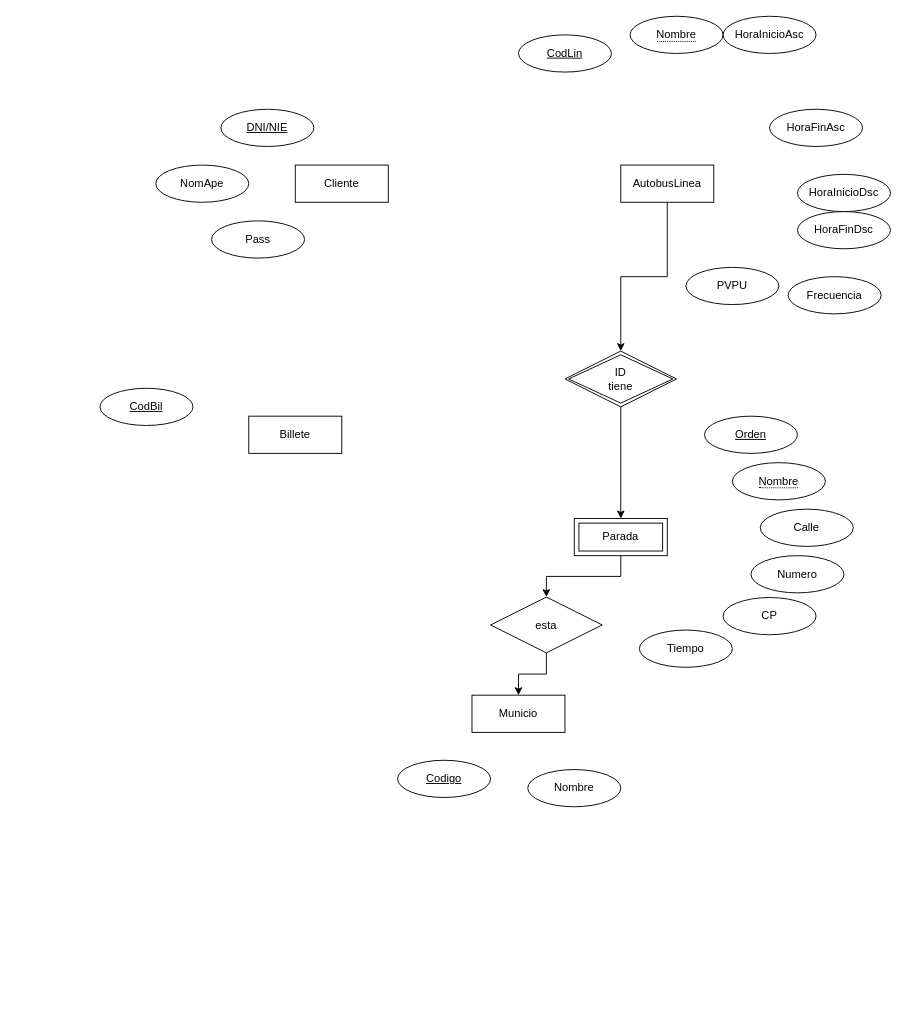
This is Documentacion/diagramaBD.drawio from PetaldoiPorramador/ErronkaBus, a draw.io file, before an edit. Source tidied: cells renumbered, new cells numbered last; positions are measured from the earlier drawing's top-left corner, leaving out a move shared by most shapes. Both pictures are drawn from the tidied source at 93%, with x=0, y=0 at pixel (100, 16).
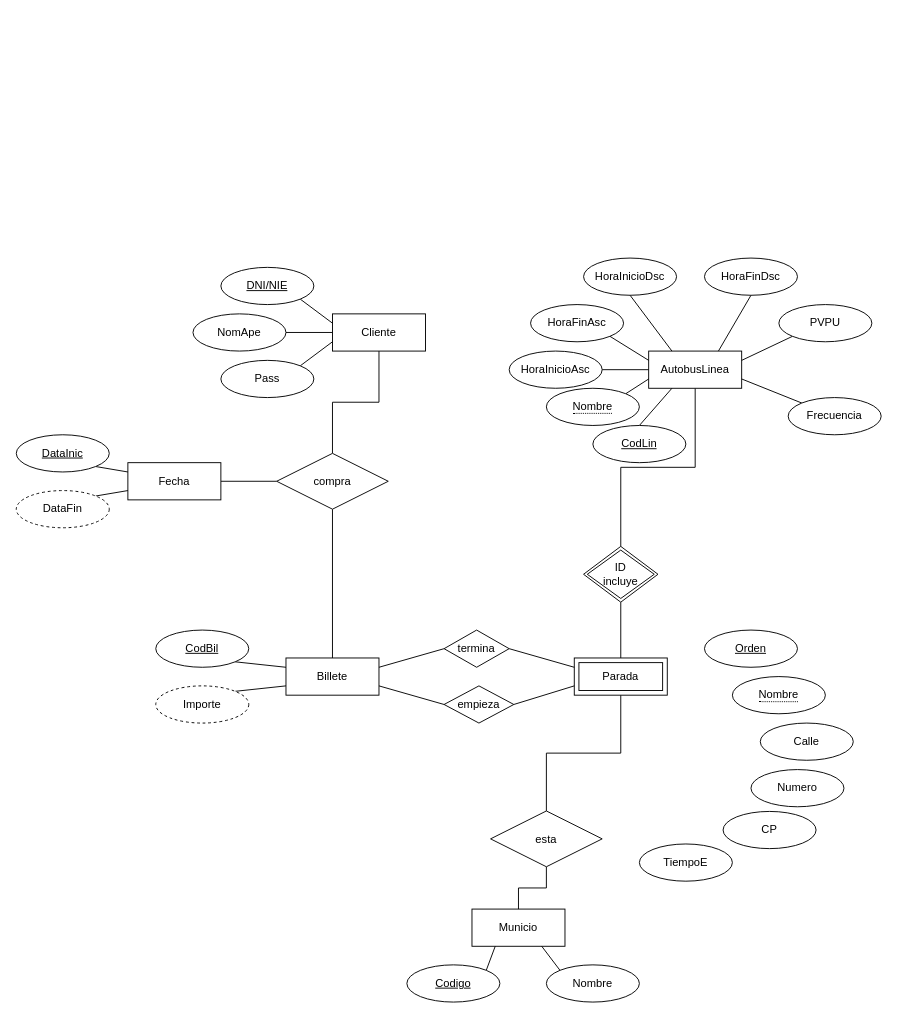
The same page after the edit.

What changed in the source:
```diff
@@
+    <mxCell id="33" style="edgeStyle=orthogonalEdgeStyle;rounded=0;jettySize=auto;html=1;exitX=0.5;exitY=1;exitDx=0;exitDy=0;entryX=0.5;entryY=0;entryDx=0;entryDy=0;endArrow=none;endFill=0;" parent="1" edge="1" source="2" target="49">
+      <mxGeometry relative="1" as="geometry" />
+    </mxCell>
+    <mxCell id="34" style="edgeStyle=none;rounded=0;jettySize=auto;html=1;exitX=0;exitY=0.5;exitDx=0;exitDy=0;entryX=1;entryY=0.5;entryDx=0;entryDy=0;endArrow=none;endFill=0;" parent="1" edge="1" source="2" target="3">
+      <mxGeometry relative="1" as="geometry" />
+    </mxCell>
     <mxCell id="2" value="Cliente" style="whiteSpace=wrap;html=1;align=center;" parent="1" vertex="1">
-      <mxGeometry x="210" y="160" width="100" height="40" as="geometry" />
+      <mxGeometry x="250" y="320" width="100" height="40" as="geometry" />
     </mxCell>
     <mxCell id="3" value="NomApe" style="ellipse;whiteSpace=wrap;html=1;align=center;" parent="1" vertex="1">
-      <mxGeometry x="60" y="160" width="100" height="40" as="geometry" />
+      <mxGeometry x="100" y="320" width="100" height="40" as="geometry" />
     </mxCell>
+    <mxCell id="35" style="edgeStyle=none;rounded=0;jettySize=auto;html=1;exitX=1;exitY=1;exitDx=0;exitDy=0;entryX=0;entryY=0.25;entryDx=0;entryDy=0;endArrow=none;endFill=0;" parent="1" edge="1" source="4" target="2">
+      <mxGeometry relative="1" as="geometry" />
+    </mxCell>
     <mxCell id="4" value="DNI/NIE" style="ellipse;whiteSpace=wrap;html=1;align=center;fontStyle=4;" parent="1" vertex="1">
-      <mxGeometry x="130" y="100" width="100" height="40" as="geometry" />
+      <mxGeometry x="130" y="270" width="100" height="40" as="geometry" />
     </mxCell>
+    <mxCell id="36" style="edgeStyle=none;rounded=0;jettySize=auto;html=1;exitX=1;exitY=0;exitDx=0;exitDy=0;entryX=0;entryY=0.75;entryDx=0;entryDy=0;endArrow=none;endFill=0;" parent="1" edge="1" source="5" target="2">
+      <mxGeometry relative="1" as="geometry" />
+    </mxCell>
     <mxCell id="5" value="Pass" style="ellipse;whiteSpace=wrap;html=1;align=center;" parent="1" vertex="1">
-      <mxGeometry x="120" y="220" width="100" height="40" as="geometry" />
+      <mxGeometry x="130" y="370" width="100" height="40" as="geometry" />
     </mxCell>
-    <mxCell id="6" style="edgeStyle=orthogonalEdgeStyle;rounded=0;jettySize=auto;html=1;exitX=0.5;exitY=1;exitDx=0;exitDy=0;entryX=0.5;entryY=0;entryDx=0;entryDy=0;" parent="1" edge="1" source="7" target="26">
+    <mxCell id="6" style="edgeStyle=orthogonalEdgeStyle;rounded=0;jettySize=auto;html=1;exitX=0.5;exitY=1;exitDx=0;exitDy=0;entryX=0.5;entryY=0;entryDx=0;entryDy=0;endArrow=none;endFill=0;" parent="1" edge="1" source="7" target="26">
       <mxGeometry relative="1" as="geometry" />
     </mxCell>
     <mxCell id="7" value="AutobusLinea" style="whiteSpace=wrap;html=1;align=center;" parent="1" vertex="1">
-      <mxGeometry x="560" y="160" width="100" height="40" as="geometry" />
+      <mxGeometry x="590" y="360" width="100" height="40" as="geometry" />
     </mxCell>
+    <mxCell id="37" style="edgeStyle=none;rounded=0;jettySize=auto;html=1;exitX=0.5;exitY=0;exitDx=0;exitDy=0;entryX=0.25;entryY=1;entryDx=0;entryDy=0;endArrow=none;endFill=0;" parent="1" edge="1" source="8" target="7">
+      <mxGeometry relative="1" as="geometry" />
+    </mxCell>
     <mxCell id="8" value="CodLin" style="ellipse;whiteSpace=wrap;html=1;align=center;fontStyle=4;" parent="1" vertex="1">
-      <mxGeometry x="450" y="20" width="100" height="40" as="geometry" />
+      <mxGeometry x="530" y="440" width="100" height="40" as="geometry" />
     </mxCell>
+    <mxCell id="38" style="edgeStyle=none;rounded=0;jettySize=auto;html=1;exitX=1;exitY=0;exitDx=0;exitDy=0;entryX=0;entryY=0.75;entryDx=0;entryDy=0;endArrow=none;endFill=0;" parent="1" edge="1" source="9" target="7">
+      <mxGeometry relative="1" as="geometry" />
+    </mxCell>
     <mxCell id="9" value="&lt;span style=&quot;border-bottom: 1px dotted&quot;&gt;Nombre&lt;/span&gt;" style="ellipse;whiteSpace=wrap;html=1;align=center;" parent="1" vertex="1">
-      <mxGeometry x="570" width="100" height="40" as="geometry" />
+      <mxGeometry x="480" y="400" width="100" height="40" as="geometry" />
     </mxCell>
-    <mxCell id="10" style="edgeStyle=orthogonalEdgeStyle;rounded=0;jettySize=auto;html=1;exitX=0.5;exitY=1;exitDx=0;exitDy=0;entryX=0.5;entryY=0;entryDx=0;entryDy=0;" parent="1" edge="1" source="11" target="28">
+    <mxCell id="10" style="edgeStyle=orthogonalEdgeStyle;rounded=0;jettySize=auto;html=1;exitX=0.5;exitY=1;exitDx=0;exitDy=0;entryX=0.5;entryY=0;entryDx=0;entryDy=0;endArrow=none;endFill=0;" parent="1" edge="1" source="11" target="28">
       <mxGeometry relative="1" as="geometry" />
     </mxCell>
     <mxCell id="11" value="Parada" style="shape=ext;margin=3;double=1;whiteSpace=wrap;html=1;align=center;" parent="1" vertex="1">
-      <mxGeometry x="510" y="540" width="100" height="40" as="geometry" />
+      <mxGeometry x="510" y="690" width="100" height="40" as="geometry" />
     </mxCell>
+    <mxCell id="39" style="edgeStyle=none;rounded=0;jettySize=auto;html=1;exitX=1;exitY=0.5;exitDx=0;exitDy=0;entryX=0;entryY=0.5;entryDx=0;entryDy=0;endArrow=none;endFill=0;" parent="1" edge="1" source="12" target="7">
+      <mxGeometry relative="1" as="geometry" />
+    </mxCell>
     <mxCell id="12" value="HoraInicioAsc" style="ellipse;whiteSpace=wrap;html=1;align=center;" parent="1" vertex="1">
-      <mxGeometry x="670" width="100" height="40" as="geometry" />
+      <mxGeometry x="440" y="360" width="100" height="40" as="geometry" />
     </mxCell>
+    <mxCell id="40" style="edgeStyle=none;rounded=0;jettySize=auto;html=1;exitX=1;exitY=1;exitDx=0;exitDy=0;entryX=0;entryY=0.25;entryDx=0;entryDy=0;endArrow=none;endFill=0;" parent="1" edge="1" source="13" target="7">
+      <mxGeometry relative="1" as="geometry" />
+    </mxCell>
     <mxCell id="13" value="HoraFinAsc" style="ellipse;whiteSpace=wrap;html=1;align=center;" parent="1" vertex="1">
-      <mxGeometry x="720" y="100" width="100" height="40" as="geometry" />
+      <mxGeometry x="463" y="310" width="100" height="40" as="geometry" />
     </mxCell>
+    <mxCell id="41" style="edgeStyle=none;rounded=0;jettySize=auto;html=1;exitX=0.5;exitY=1;exitDx=0;exitDy=0;entryX=0.25;entryY=0;entryDx=0;entryDy=0;endArrow=none;endFill=0;" parent="1" edge="1" source="14" target="7">
+      <mxGeometry relative="1" as="geometry" />
+    </mxCell>
     <mxCell id="14" value="HoraInicioDsc" style="ellipse;whiteSpace=wrap;html=1;align=center;" parent="1" vertex="1">
-      <mxGeometry x="750" y="170" width="100" height="40" as="geometry" />
+      <mxGeometry x="520" y="260" width="100" height="40" as="geometry" />
     </mxCell>
+    <mxCell id="42" style="edgeStyle=none;rounded=0;jettySize=auto;html=1;exitX=0.5;exitY=1;exitDx=0;exitDy=0;entryX=0.75;entryY=0;entryDx=0;entryDy=0;endArrow=none;endFill=0;" parent="1" edge="1" source="15" target="7">
+      <mxGeometry relative="1" as="geometry" />
+    </mxCell>
     <mxCell id="15" value="HoraFinDsc" style="ellipse;whiteSpace=wrap;html=1;align=center;" parent="1" vertex="1">
-      <mxGeometry x="750" y="210" width="100" height="40" as="geometry" />
+      <mxGeometry x="650" y="260" width="100" height="40" as="geometry" />
     </mxCell>
+    <mxCell id="43" style="edgeStyle=none;rounded=0;jettySize=auto;html=1;exitX=0;exitY=0;exitDx=0;exitDy=0;entryX=1;entryY=0.75;entryDx=0;entryDy=0;endArrow=none;endFill=0;" parent="1" edge="1" source="16" target="7">
+      <mxGeometry relative="1" as="geometry" />
+    </mxCell>
     <mxCell id="16" value="Frecuencia" style="ellipse;whiteSpace=wrap;html=1;align=center;" parent="1" vertex="1">
-      <mxGeometry x="740" y="280" width="100" height="40" as="geometry" />
+      <mxGeometry x="740" y="410" width="100" height="40" as="geometry" />
     </mxCell>
     <mxCell id="17" value="Orden" style="ellipse;whiteSpace=wrap;html=1;align=center;fontStyle=4;" parent="1" vertex="1">
-      <mxGeometry x="650" y="430" width="100" height="40" as="geometry" />
+      <mxGeometry x="650" y="660" width="100" height="40" as="geometry" />
     </mxCell>
     <mxCell id="18" value="&lt;span style=&quot;border-bottom: 1px dotted&quot;&gt;Nombre&lt;/span&gt;" style="ellipse;whiteSpace=wrap;html=1;align=center;" parent="1" vertex="1">
-      <mxGeometry x="680" y="480" width="100" height="40" as="geometry" />
+      <mxGeometry x="680" y="710" width="100" height="40" as="geometry" />
     </mxCell>
     <mxCell id="19" value="Calle" style="ellipse;whiteSpace=wrap;html=1;align=center;" parent="1" vertex="1">
-      <mxGeometry x="710" y="530" width="100" height="40" as="geometry" />
+      <mxGeometry x="710" y="760" width="100" height="40" as="geometry" />
     </mxCell>
     <mxCell id="20" value="Numero" style="ellipse;whiteSpace=wrap;html=1;align=center;" parent="1" vertex="1">
-      <mxGeometry x="700" y="580" width="100" height="40" as="geometry" />
+      <mxGeometry x="700" y="810" width="100" height="40" as="geometry" />
     </mxCell>
     <mxCell id="21" value="CP" style="ellipse;whiteSpace=wrap;html=1;align=center;" parent="1" vertex="1">
-      <mxGeometry x="670" y="625" width="100" height="40" as="geometry" />
+      <mxGeometry x="670" y="855" width="100" height="40" as="geometry" />
     </mxCell>
     <mxCell id="22" value="Municio" style="whiteSpace=wrap;html=1;align=center;" parent="1" vertex="1">
-      <mxGeometry x="400" y="730" width="100" height="40" as="geometry" />
+      <mxGeometry x="400" y="960" width="100" height="40" as="geometry" />
     </mxCell>
+    <mxCell id="44" style="rounded=0;jettySize=auto;html=1;exitX=1;exitY=0;exitDx=0;exitDy=0;entryX=0.25;entryY=1;entryDx=0;entryDy=0;endArrow=none;endFill=0;" parent="1" edge="1" source="23" target="22">
+      <mxGeometry relative="1" as="geometry" />
+    </mxCell>
     <mxCell id="23" value="Codigo" style="ellipse;whiteSpace=wrap;html=1;align=center;fontStyle=4;" parent="1" vertex="1">
-      <mxGeometry x="320" y="800" width="100" height="40" as="geometry" />
+      <mxGeometry x="330" y="1020" width="100" height="40" as="geometry" />
     </mxCell>
+    <mxCell id="45" style="edgeStyle=none;rounded=0;jettySize=auto;html=1;exitX=0;exitY=0;exitDx=0;exitDy=0;entryX=0.75;entryY=1;entryDx=0;entryDy=0;endArrow=none;endFill=0;" parent="1" edge="1" source="24" target="22">
+      <mxGeometry relative="1" as="geometry" />
+    </mxCell>
     <mxCell id="24" value="Nombre" style="ellipse;whiteSpace=wrap;html=1;align=center;" parent="1" vertex="1">
-      <mxGeometry x="460" y="810" width="100" height="40" as="geometry" />
+      <mxGeometry x="480" y="1020" width="100" height="40" as="geometry" />
     </mxCell>
-    <mxCell id="25" style="edgeStyle=orthogonalEdgeStyle;rounded=0;jettySize=auto;html=1;exitX=0.5;exitY=1;exitDx=0;exitDy=0;entryX=0.5;entryY=0;entryDx=0;entryDy=0;" parent="1" edge="1" source="26" target="11">
+    <mxCell id="25" style="edgeStyle=orthogonalEdgeStyle;rounded=0;jettySize=auto;html=1;exitX=0.5;exitY=1;exitDx=0;exitDy=0;entryX=0.5;entryY=0;entryDx=0;entryDy=0;endArrow=none;endFill=0;" parent="1" edge="1" source="26" target="11">
       <mxGeometry relative="1" as="geometry" />
     </mxCell>
-    <mxCell id="26" value="ID&lt;br&gt;tiene" style="shape=rhombus;double=1;perimeter=rhombusPerimeter;whiteSpace=wrap;html=1;align=center;" parent="1" vertex="1">
-      <mxGeometry x="500" y="360" width="120" height="60" as="geometry" />
+    <mxCell id="26" value="ID&lt;br&gt;incluye" style="shape=rhombus;double=1;perimeter=rhombusPerimeter;whiteSpace=wrap;html=1;align=center;" parent="1" vertex="1">
+      <mxGeometry x="520" y="570" width="80" height="60" as="geometry" />
     </mxCell>
-    <mxCell id="27" style="edgeStyle=orthogonalEdgeStyle;rounded=0;jettySize=auto;html=1;exitX=0.5;exitY=1;exitDx=0;exitDy=0;entryX=0.5;entryY=0;entryDx=0;entryDy=0;" parent="1" edge="1" source="28" target="22">
+    <mxCell id="27" style="edgeStyle=orthogonalEdgeStyle;rounded=0;jettySize=auto;html=1;exitX=0.5;exitY=1;exitDx=0;exitDy=0;entryX=0.5;entryY=0;entryDx=0;entryDy=0;endArrow=none;endFill=0;" parent="1" edge="1" source="28" target="22">
       <mxGeometry relative="1" as="geometry" />
     </mxCell>
     <mxCell id="28" value="esta" style="shape=rhombus;perimeter=rhombusPerimeter;whiteSpace=wrap;html=1;align=center;" parent="1" vertex="1">
-      <mxGeometry x="420" y="624.5" width="120" height="60" as="geometry" />
+      <mxGeometry x="420" y="854.5" width="120" height="60" as="geometry" />
     </mxCell>
+    <mxCell id="46" style="edgeStyle=none;rounded=0;jettySize=auto;html=1;exitX=0;exitY=1;exitDx=0;exitDy=0;entryX=1;entryY=0.25;entryDx=0;entryDy=0;endArrow=none;endFill=0;" parent="1" edge="1" source="29" target="7">
+      <mxGeometry relative="1" as="geometry" />
+    </mxCell>
     <mxCell id="29" value="PVPU" style="ellipse;whiteSpace=wrap;html=1;align=center;" parent="1" vertex="1">
-      <mxGeometry x="630" y="270" width="100" height="40" as="geometry" />
+      <mxGeometry x="730" y="310" width="100" height="40" as="geometry" />
     </mxCell>
-    <mxCell id="30" value="Tiempo" style="ellipse;whiteSpace=wrap;html=1;align=center;" parent="1" vertex="1">
-      <mxGeometry x="580" y="660" width="100" height="40" as="geometry" />
+    <mxCell id="30" value="TiempoE" style="ellipse;whiteSpace=wrap;html=1;align=center;" parent="1" vertex="1">
+      <mxGeometry x="580" y="890" width="100" height="40" as="geometry" />
     </mxCell>
     <mxCell id="31" value="Billete" style="whiteSpace=wrap;html=1;align=center;" parent="1" vertex="1">
-      <mxGeometry x="160" y="430" width="100" height="40" as="geometry" />
+      <mxGeometry x="200" y="690" width="100" height="40" as="geometry" />
     </mxCell>
+    <mxCell id="47" style="edgeStyle=none;rounded=0;jettySize=auto;html=1;exitX=1;exitY=1;exitDx=0;exitDy=0;entryX=0;entryY=0.25;entryDx=0;entryDy=0;endArrow=none;endFill=0;" parent="1" edge="1" source="32" target="31">
+      <mxGeometry relative="1" as="geometry" />
+    </mxCell>
     <mxCell id="32" value="CodBil" style="ellipse;whiteSpace=wrap;html=1;align=center;fontStyle=4;" parent="1" vertex="1">
-      <mxGeometry y="400" width="100" height="40" as="geometry" />
+      <mxGeometry x="60" y="660" width="100" height="40" as="geometry" />
     </mxCell>
+    <mxCell id="48" style="edgeStyle=orthogonalEdgeStyle;rounded=0;jettySize=auto;html=1;exitX=0.5;exitY=1;exitDx=0;exitDy=0;entryX=0.5;entryY=0;entryDx=0;entryDy=0;endArrow=none;endFill=0;" parent="1" edge="1" source="49" target="31">
+      <mxGeometry relative="1" as="geometry" />
+    </mxCell>
+    <mxCell id="49" value="compra" style="shape=rhombus;perimeter=rhombusPerimeter;whiteSpace=wrap;html=1;align=center;" parent="1" vertex="1">
+      <mxGeometry x="190" y="470" width="120" height="60" as="geometry" />
+    </mxCell>
+    <mxCell id="50" style="edgeStyle=none;rounded=0;jettySize=auto;html=1;exitX=1;exitY=0.5;exitDx=0;exitDy=0;entryX=0;entryY=0.75;entryDx=0;entryDy=0;endArrow=none;endFill=0;" parent="1" edge="1" source="52" target="11">
+      <mxGeometry relative="1" as="geometry" />
+    </mxCell>
+    <mxCell id="51" style="edgeStyle=none;rounded=0;jettySize=auto;html=1;exitX=0;exitY=0.5;exitDx=0;exitDy=0;entryX=1;entryY=0.75;entryDx=0;entryDy=0;endArrow=none;endFill=0;" parent="1" edge="1" source="52" target="31">
+      <mxGeometry relative="1" as="geometry" />
+    </mxCell>
+    <mxCell id="52" value="empieza" style="shape=rhombus;perimeter=rhombusPerimeter;whiteSpace=wrap;html=1;align=center;" parent="1" vertex="1">
+      <mxGeometry x="370" y="720" width="75" height="40" as="geometry" />
+    </mxCell>
+    <mxCell id="53" style="edgeStyle=none;rounded=0;jettySize=auto;html=1;exitX=1;exitY=0.5;exitDx=0;exitDy=0;entryX=0;entryY=0.25;entryDx=0;entryDy=0;endArrow=none;endFill=0;" parent="1" edge="1" source="55" target="11">
+      <mxGeometry relative="1" as="geometry" />
+    </mxCell>
+    <mxCell id="54" style="edgeStyle=none;rounded=0;jettySize=auto;html=1;exitX=0;exitY=0.5;exitDx=0;exitDy=0;entryX=1;entryY=0.25;entryDx=0;entryDy=0;endArrow=none;endFill=0;" parent="1" edge="1" source="55" target="31">
+      <mxGeometry relative="1" as="geometry" />
+    </mxCell>
+    <mxCell id="55" value="termina" style="shape=rhombus;perimeter=rhombusPerimeter;whiteSpace=wrap;html=1;align=center;" parent="1" vertex="1">
+      <mxGeometry x="370" y="660" width="70" height="40" as="geometry" />
+    </mxCell>
+    <mxCell id="56" style="edgeStyle=orthogonalEdgeStyle;rounded=0;jettySize=auto;html=1;exitX=1;exitY=0.5;exitDx=0;exitDy=0;entryX=0;entryY=0.5;entryDx=0;entryDy=0;endArrow=none;endFill=0;" parent="1" edge="1" source="57" target="49">
+      <mxGeometry relative="1" as="geometry" />
+    </mxCell>
+    <mxCell id="57" value="Fecha" style="whiteSpace=wrap;html=1;align=center;" parent="1" vertex="1">
+      <mxGeometry x="30" y="480" width="100" height="40" as="geometry" />
+    </mxCell>
+    <mxCell id="58" style="edgeStyle=none;rounded=0;jettySize=auto;html=1;exitX=1;exitY=1;exitDx=0;exitDy=0;entryX=0;entryY=0.25;entryDx=0;entryDy=0;endArrow=none;endFill=0;" parent="1" edge="1" source="59" target="57">
+      <mxGeometry relative="1" as="geometry" />
+    </mxCell>
+    <mxCell id="59" value="&lt;u&gt;DataInic&lt;/u&gt;" style="ellipse;whiteSpace=wrap;html=1;align=center;" parent="1" vertex="1">
+      <mxGeometry x="-90" y="450" width="100" height="40" as="geometry" />
+    </mxCell>
+    <mxCell id="60" style="edgeStyle=none;rounded=0;jettySize=auto;html=1;exitX=1;exitY=0;exitDx=0;exitDy=0;entryX=0;entryY=0.75;entryDx=0;entryDy=0;endArrow=none;endFill=0;" parent="1" edge="1" source="61" target="57">
+      <mxGeometry relative="1" as="geometry" />
+    </mxCell>
+    <mxCell id="61" value="DataFin" style="ellipse;whiteSpace=wrap;html=1;align=center;dashed=1;" parent="1" vertex="1">
+      <mxGeometry x="-90" y="510" width="100" height="40" as="geometry" />
+    </mxCell>
+    <mxCell id="62" style="edgeStyle=none;rounded=0;jettySize=auto;html=1;exitX=1;exitY=0;exitDx=0;exitDy=0;entryX=0;entryY=0.75;entryDx=0;entryDy=0;endArrow=none;endFill=0;" parent="1" edge="1" source="63" target="31">
+      <mxGeometry relative="1" as="geometry" />
+    </mxCell>
+    <mxCell id="63" value="Importe" style="ellipse;whiteSpace=wrap;html=1;align=center;dashed=1;" parent="1" vertex="1">
+      <mxGeometry x="60" y="720" width="100" height="40" as="geometry" />
+    </mxCell>
```
